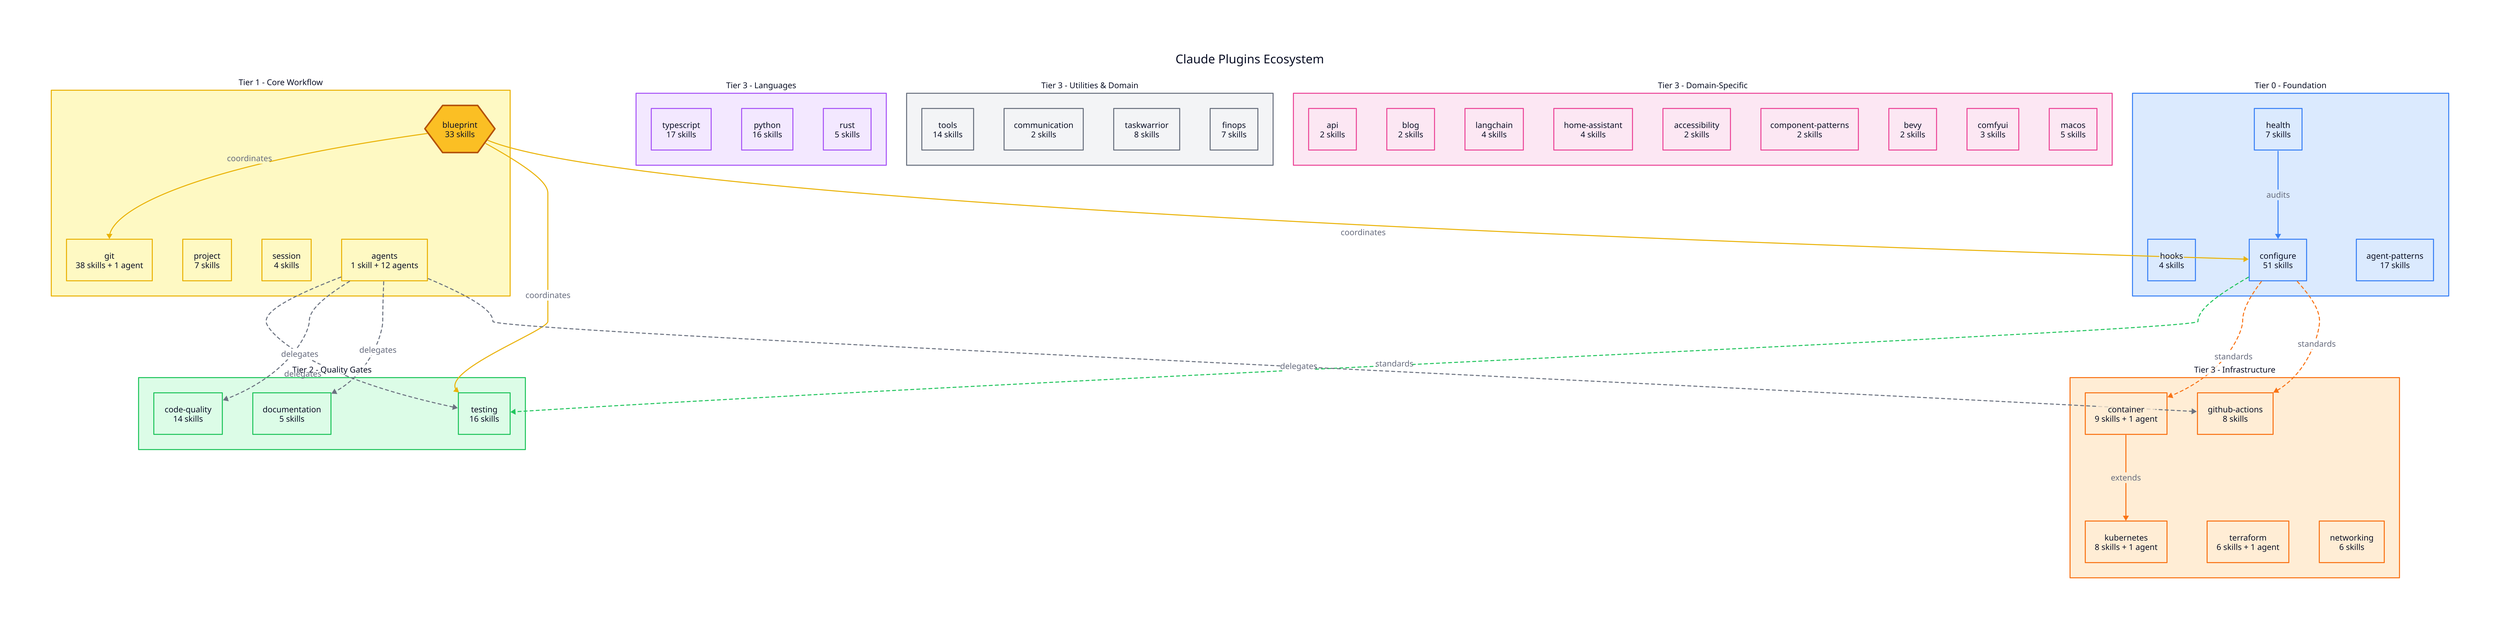
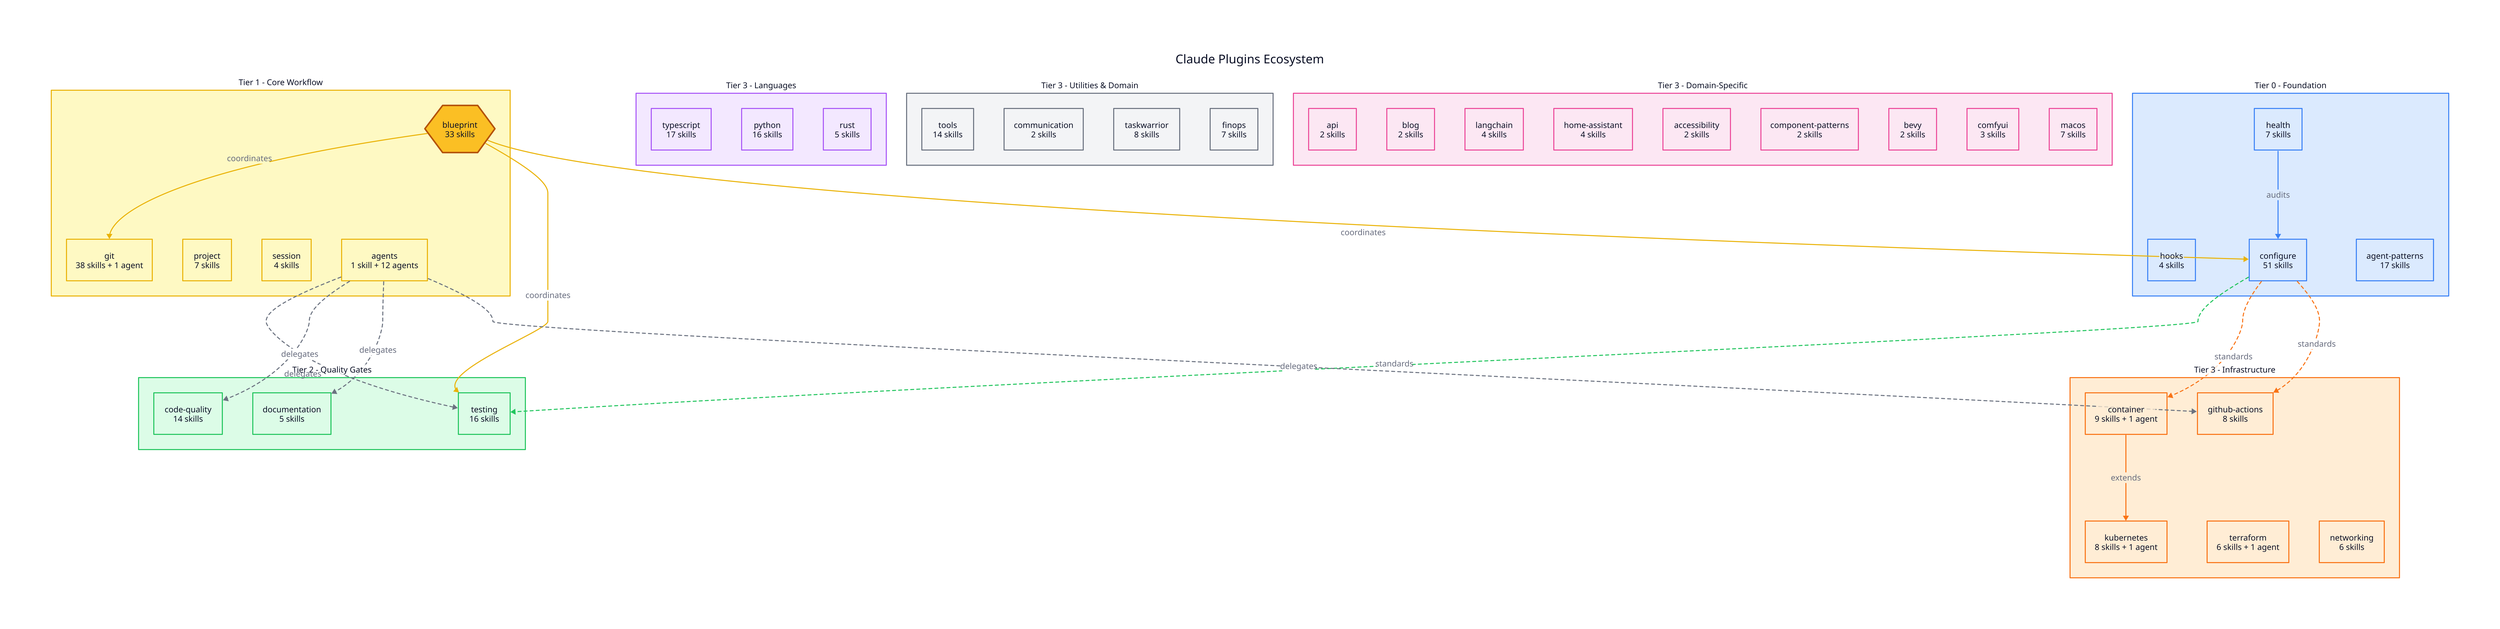
direction: down

title: "Claude Plugins Ecosystem" {
  near: top-center
  shape: text
  style: {
    font-size: 24
    bold: true
  }
}

# === CLASSES ===
classes: {
  foundation: {
    style.fill: "#dbeafe"
    style.stroke: "#3b82f6"
  }
  core: {
    style.fill: "#fef9c3"
    style.stroke: "#eab308"
  }
  quality: {
    style.fill: "#dcfce7"
    style.stroke: "#22c55e"
  }
  language: {
    style.fill: "#f3e8ff"
    style.stroke: "#a855f7"
  }
  infra: {
    style.fill: "#ffedd5"
    style.stroke: "#f97316"
  }
  utility: {
    style.fill: "#f3f4f6"
    style.stroke: "#6b7280"
  }
  domain: {
    style.fill: "#fce7f3"
    style.stroke: "#ec4899"
  }
}

# === TIER 0: FOUNDATION ===
foundation: {
  label: "Tier 0 - Foundation"
  class: foundation
  style.font-size: 16
  style.bold: true

  health: {
    label: "health\n7 skills"
    shape: rectangle
    class: foundation
  }
  hooks: {
    label: "hooks\n4 skills"
    shape: rectangle
    class: foundation
  }
  configure: {
    label: "configure\n51 skills"
    shape: rectangle
    class: foundation
  }
  agent-patterns: {
    label: "agent-patterns\n17 skills"
    shape: rectangle
    class: foundation
  }
}

# === TIER 1: CORE WORKFLOW ===
core: {
  label: "Tier 1 - Core Workflow"
  class: core
  style.font-size: 16
  style.bold: true

  blueprint: {
    label: "blueprint\n33 skills"
    shape: hexagon
    style.fill: "#fbbf24"
    style.stroke: "#b45309"
    style.stroke-width: 3
  }
  git: {
    label: "git\n38 skills + 1 agent"
    shape: rectangle
    class: core
  }
  project: {
    label: "project\n7 skills"
    shape: rectangle
    class: core
  }
  session: {
    label: "session\n4 skills"
    shape: rectangle
    class: core
  }
  agents: {
    label: "agents\n1 skill + 12 agents"
    shape: rectangle
    class: core
  }
}

# === TIER 2: QUALITY GATES ===
quality: {
  label: "Tier 2 - Quality Gates"
  class: quality
  style.font-size: 16
  style.bold: true

  testing: {
    label: "testing\n16 skills"
    shape: rectangle
    class: quality
  }
  code-quality: {
    label: "code-quality\n14 skills"
    shape: rectangle
    class: quality
  }
  documentation: {
    label: "documentation\n5 skills"
    shape: rectangle
    class: quality
  }
}

# === TIER 3: LANGUAGE ===
language: {
  label: "Tier 3 - Languages"
  class: language
  style.font-size: 16
  style.bold: true

  typescript: {
    label: "typescript\n17 skills"
    shape: rectangle
    class: language
  }
  python: {
    label: "python\n16 skills"
    shape: rectangle
    class: language
  }
  rust: {
    label: "rust\n5 skills"
    shape: rectangle
    class: language
  }
}

# === TIER 3: INFRASTRUCTURE ===
infra: {
  label: "Tier 3 - Infrastructure"
  class: infra
  style.font-size: 16
  style.bold: true

  container: {
    label: "container\n9 skills + 1 agent"
    shape: rectangle
    class: infra
  }
  kubernetes: {
    label: "kubernetes\n8 skills + 1 agent"
    shape: rectangle
    class: infra
  }
  terraform: {
    label: "terraform\n6 skills + 1 agent"
    shape: rectangle
    class: infra
  }
  github-actions: {
    label: "github-actions\n8 skills"
    shape: rectangle
    class: infra
  }
  networking: {
    label: "networking\n6 skills"
    shape: rectangle
    class: infra
  }
}

# === TIER 3: UTILITIES & DOMAIN ===
utilities: {
  label: "Tier 3 - Utilities & Domain"
  class: utility
  style.font-size: 16
  style.bold: true

  tools: {
    label: "tools\n14 skills"
    shape: rectangle
    class: utility
  }
  communication: {
    label: "communication\n2 skills"
    shape: rectangle
    class: utility
  }
  taskwarrior: {
    label: "taskwarrior\n8 skills"
    shape: rectangle
    class: utility
  }
  finops: {
    label: "finops\n7 skills"
    shape: rectangle
    class: utility
  }
}

domain: {
  label: "Tier 3 - Domain-Specific"
  class: domain
  style.font-size: 16
  style.bold: true

  api: {
    label: "api\n2 skills"
    shape: rectangle
    class: domain
  }
  blog: {
    label: "blog\n2 skills"
    shape: rectangle
    class: domain
  }
  langchain: {
    label: "langchain\n4 skills"
    shape: rectangle
    class: domain
  }
  home-assistant: {
    label: "home-assistant\n4 skills"
    shape: rectangle
    class: domain
  }
  accessibility: {
    label: "accessibility\n2 skills"
    shape: rectangle
    class: domain
  }
  component-patterns: {
    label: "component-patterns\n2 skills"
    shape: rectangle
    class: domain
  }
  bevy: {
    label: "bevy\n2 skills"
    shape: rectangle
    class: domain
  }
  comfyui: {
    label: "comfyui\n3 skills"
    shape: rectangle
    class: domain
  }
  macos: {
-     label: "macos\n5 skills"
+     label: "macos\n7 skills"
    shape: rectangle
    class: domain
  }
}

# === RELATIONSHIPS ===

# Foundation flows
foundation.health -> foundation.configure: "audits" {
  style.stroke: "#3b82f6"
}

# Configure provides standards for
foundation.configure -> quality.testing: "standards" {
  style.stroke: "#22c55e"
  style.stroke-dash: 3
}
foundation.configure -> infra.container: "standards" {
  style.stroke: "#f97316"
  style.stroke-dash: 3
}
foundation.configure -> infra.github-actions: "standards" {
  style.stroke: "#f97316"
  style.stroke-dash: 3
}

# Blueprint coordinates
core.blueprint -> core.git: "coordinates" {
  style.stroke: "#eab308"
}
core.blueprint -> quality.testing: "coordinates" {
  style.stroke: "#eab308"
}
core.blueprint -> foundation.configure: "coordinates" {
  style.stroke: "#eab308"
}

# Agents delegate to
core.agents -> quality.testing: "delegates" {
  style.stroke: "#6b7280"
  style.stroke-dash: 3
}
core.agents -> quality.code-quality: "delegates" {
  style.stroke: "#6b7280"
  style.stroke-dash: 3
}
core.agents -> quality.documentation: "delegates" {
  style.stroke: "#6b7280"
  style.stroke-dash: 3
}
core.agents -> infra.github-actions: "delegates" {
  style.stroke: "#6b7280"
  style.stroke-dash: 3
}

# Infrastructure extends
infra.container -> infra.kubernetes: "extends" {
  style.stroke: "#f97316"
}
